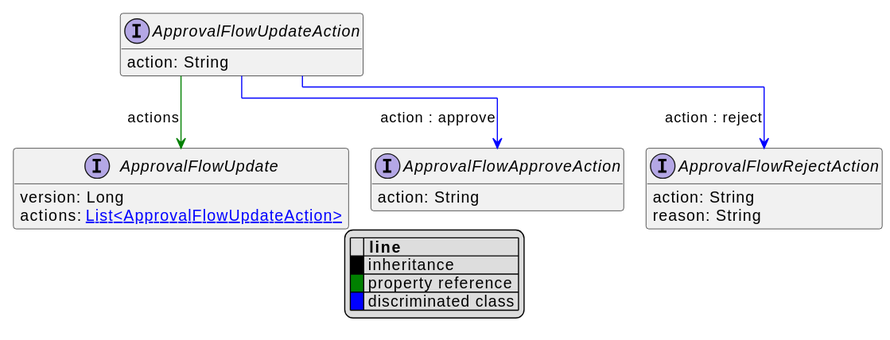
commercetools/commercetools-api-reference keeps this PlantUML diagram as uml/api/svg/ApprovalFlowUpdateAction.svg. Above is the earlier version. Source of this version:
```plantuml
@startuml
!pragma layout elk
hide empty fields
hide empty methods
legend
|= |= line |
|<back:black>   </back>| inheritance |
|<back:green>   </back>| property reference |
|<back:blue>   </back>| discriminated class |
endlegend
interface ApprovalFlowUpdateAction [[ApprovalFlowUpdateAction.svg]]  {
    action: String
}


interface ApprovalFlowApproveAction [[ApprovalFlowApproveAction.svg]]  {
    action: String
}
interface ApprovalFlowRejectAction [[ApprovalFlowRejectAction.svg]]  {
    action: String
    reason: String
}
interface ApprovalFlowUpdate [[ApprovalFlowUpdate.svg]]  {
    version: Long
    actions: [[ApprovalFlowUpdateAction.svg List<ApprovalFlowUpdateAction>]]
}
ApprovalFlowUpdateAction --> ApprovalFlowApproveAction #blue;text:blue : "action : approve"
ApprovalFlowUpdateAction --> ApprovalFlowRejectAction #blue;text:blue : "action : reject"
ApprovalFlowUpdateAction --> ApprovalFlowUpdate #green;text:green : "actions"
@enduml
```
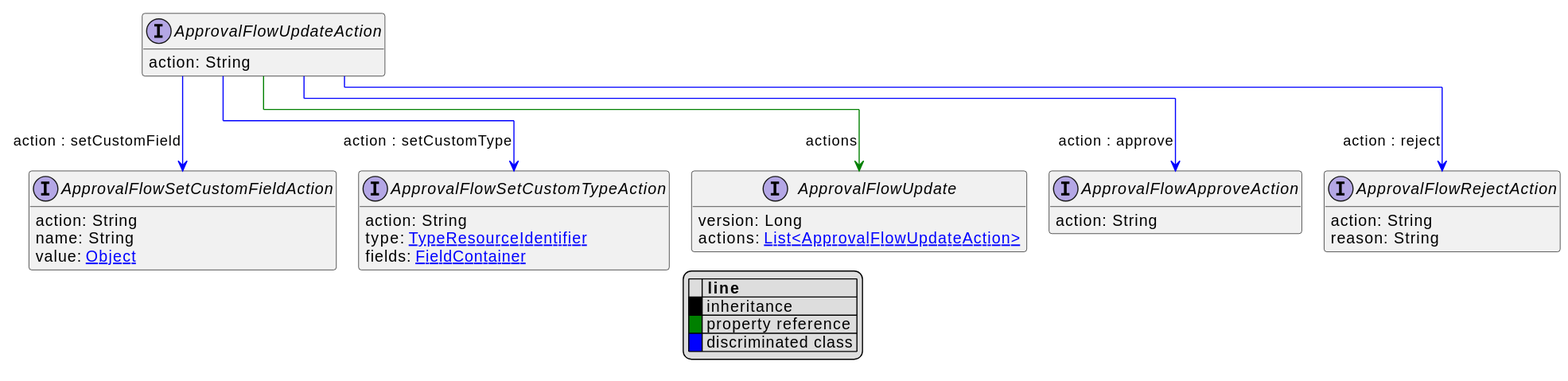
After the change.

Change to the diagram source:
```diff
@@ -20,11 +20,23 @@
     action: String
     reason: String
 }
+interface ApprovalFlowSetCustomFieldAction [[ApprovalFlowSetCustomFieldAction.svg]]  {
+    action: String
+    name: String
+    value: [[Object.svg Object]]
+}
+interface ApprovalFlowSetCustomTypeAction [[ApprovalFlowSetCustomTypeAction.svg]]  {
+    action: String
+    type: [[TypeResourceIdentifier.svg TypeResourceIdentifier]]
+    fields: [[FieldContainer.svg FieldContainer]]
+}
 interface ApprovalFlowUpdate [[ApprovalFlowUpdate.svg]]  {
     version: Long
     actions: [[ApprovalFlowUpdateAction.svg List<ApprovalFlowUpdateAction>]]
 }
 ApprovalFlowUpdateAction --> ApprovalFlowApproveAction #blue;text:blue : "action : approve"
 ApprovalFlowUpdateAction --> ApprovalFlowRejectAction #blue;text:blue : "action : reject"
+ApprovalFlowUpdateAction --> ApprovalFlowSetCustomFieldAction #blue;text:blue : "action : setCustomField"
+ApprovalFlowUpdateAction --> ApprovalFlowSetCustomTypeAction #blue;text:blue : "action : setCustomType"
 ApprovalFlowUpdateAction --> ApprovalFlowUpdate #green;text:green : "actions"
 @enduml
```
